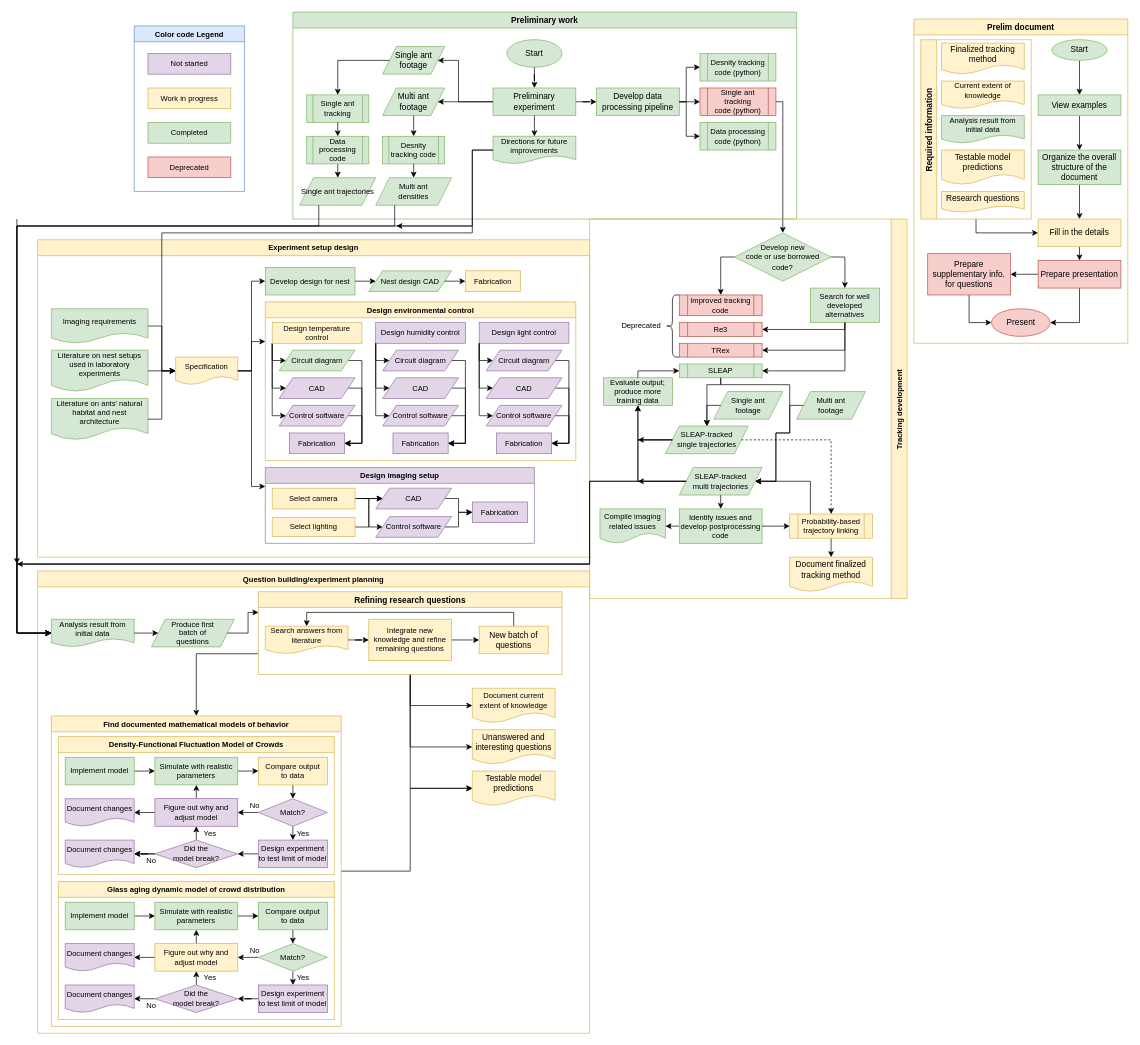
This is research/Progress.drawio from MangledPotat0/diagramsRoot, a draw.io file, before an edit. Source tidied: cells renumbered, new cells numbered last; positions are measured from the earlier drawing's top-left corner, leaving out a move shared by most shapes. Both pictures are drawn from the tidied source at 69%, with x=0, y=0 at pixel (17, 12).
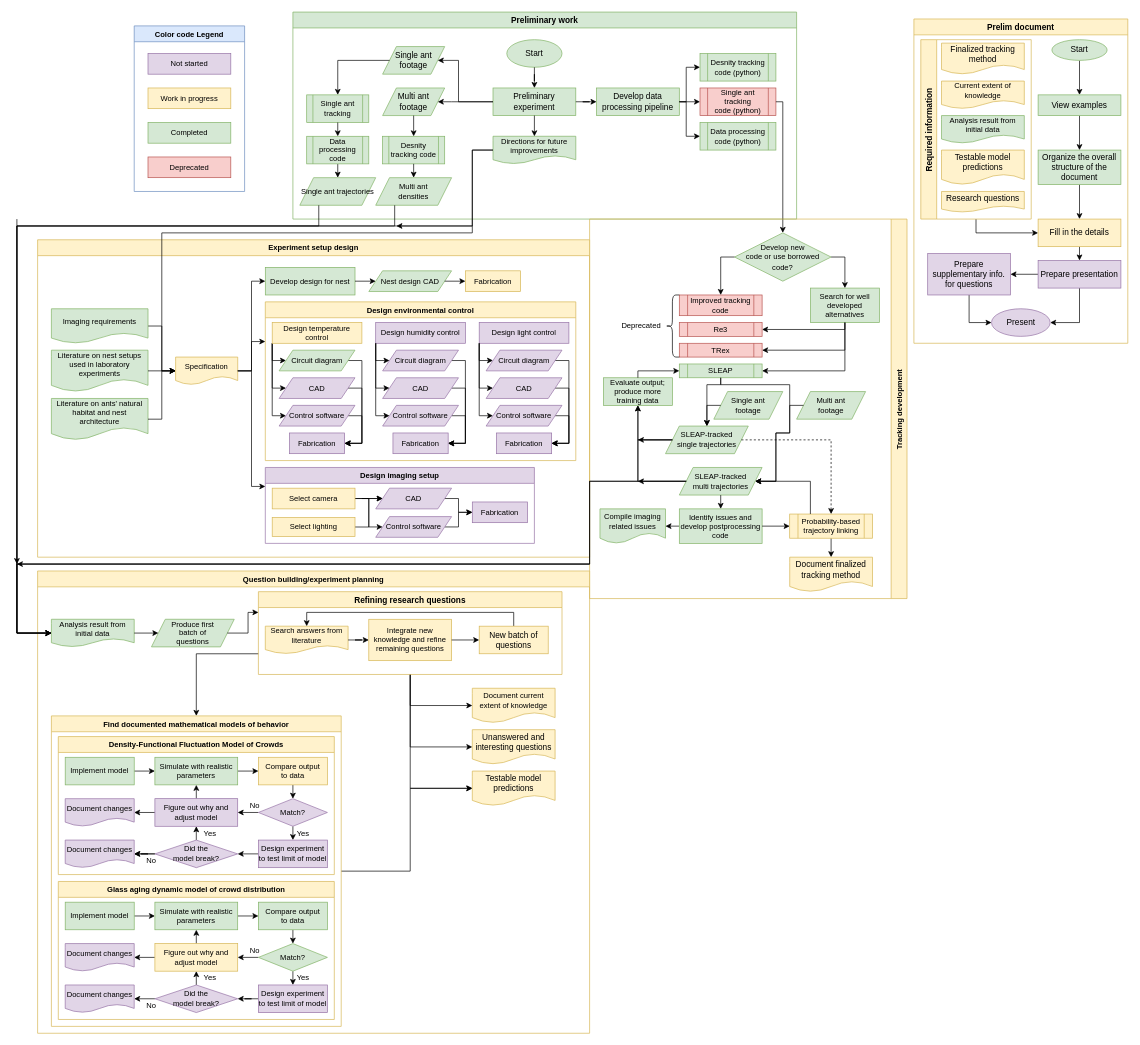
After the change.

Commit message:
Correction on color coding

Unchanged cells that the change refers to:
```xml
<mxCell id="215" value="Prelim document" style="swimlane;fillColor=#fff2cc;strokeColor=#d6b656;" parent="1" vertex="1">
  <mxGeometry x="1300" y="10" width="310" height="470" as="geometry" />
</mxCell>
```

What changed in the source:
```diff
@@
-    <mxCell id="233" value="Prepare presentation" style="rounded=0;whiteSpace=wrap;html=1;fillColor=#f8cecc;strokeColor=#b85450;" parent="215" vertex="1">
+    <mxCell id="233" value="Prepare presentation" style="rounded=0;whiteSpace=wrap;html=1;fillColor=#e1d5e7;strokeColor=#9673a6;" parent="215" vertex="1">
       <mxGeometry x="180" y="350" width="120" height="40" as="geometry" />
     </mxCell>
@@
-    <mxCell id="235" value="Prepare supplementary info. for questions" style="rounded=0;whiteSpace=wrap;html=1;fillColor=#f8cecc;strokeColor=#b85450;" parent="215" vertex="1">
+    <mxCell id="235" value="Prepare supplementary info. for questions" style="rounded=0;whiteSpace=wrap;html=1;fillColor=#e1d5e7;strokeColor=#9673a6;" parent="215" vertex="1">
       <mxGeometry x="20" y="340" width="120" height="60" as="geometry" />
     </mxCell>
-    <mxCell id="236" value="Present" style="ellipse;whiteSpace=wrap;html=1;fillColor=#f8cecc;strokeColor=#b85450;" parent="215" vertex="1">
+    <mxCell id="236" value="Present" style="ellipse;whiteSpace=wrap;html=1;fillColor=#e1d5e7;strokeColor=#9673a6;" parent="215" vertex="1">
       <mxGeometry x="112.5" y="420" width="85" height="40" as="geometry" />
     </mxCell>
```
